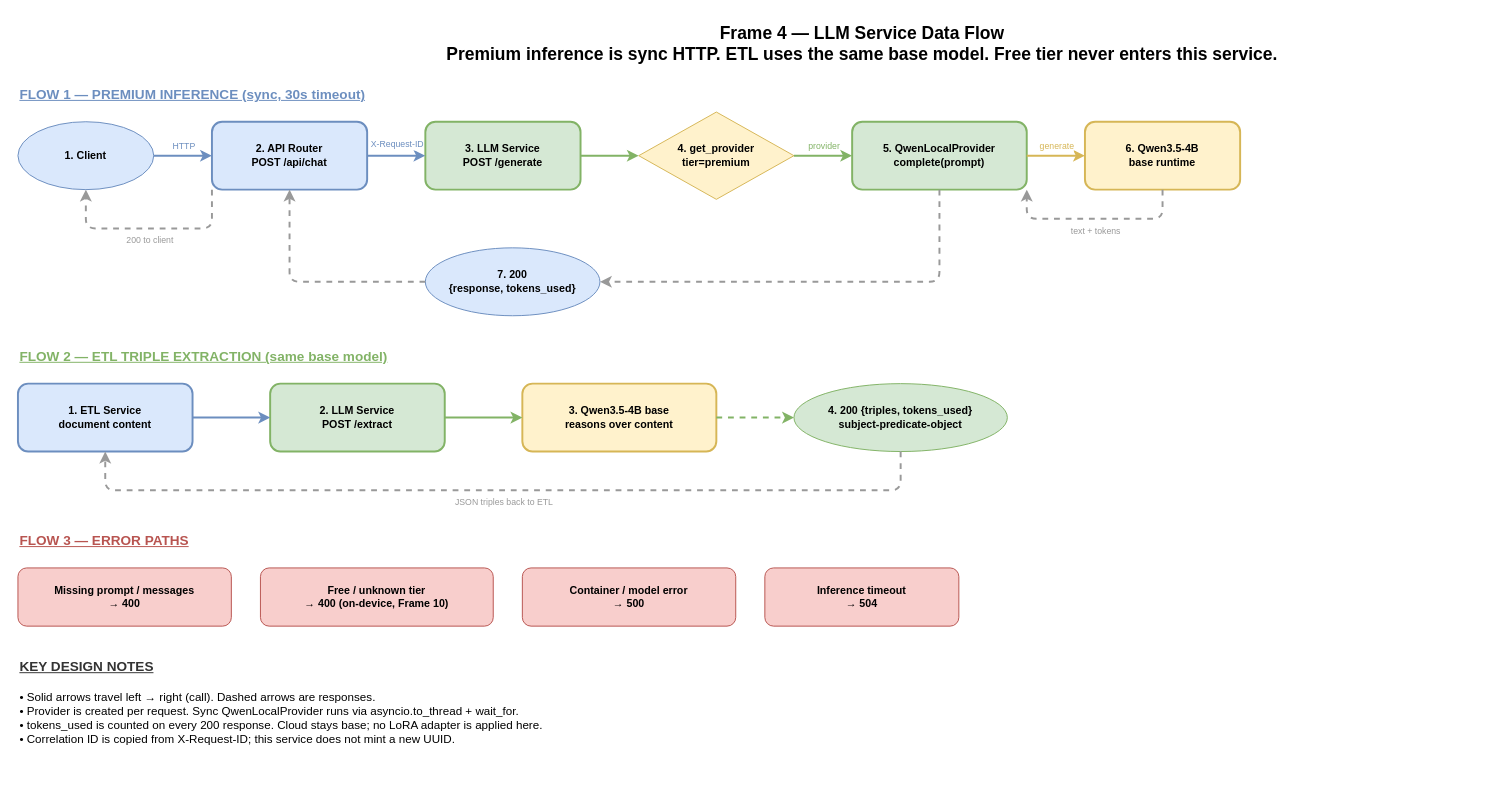
da-ros/llm-brain keeps this draw.io diagram as openspec/changes/objective-4-llm-inference-finetuning/output/llm/diagrams/llm-dataflow.drawio. Above is the earlier version. Source tidied: cells renumbered, new cells numbered last; positions are measured from the earlier drawing's top-left corner, leaving out a move shared by most shapes. Both pictures are drawn from the tidied source at 97%, with x=0, y=0 at pixel (17, 16).
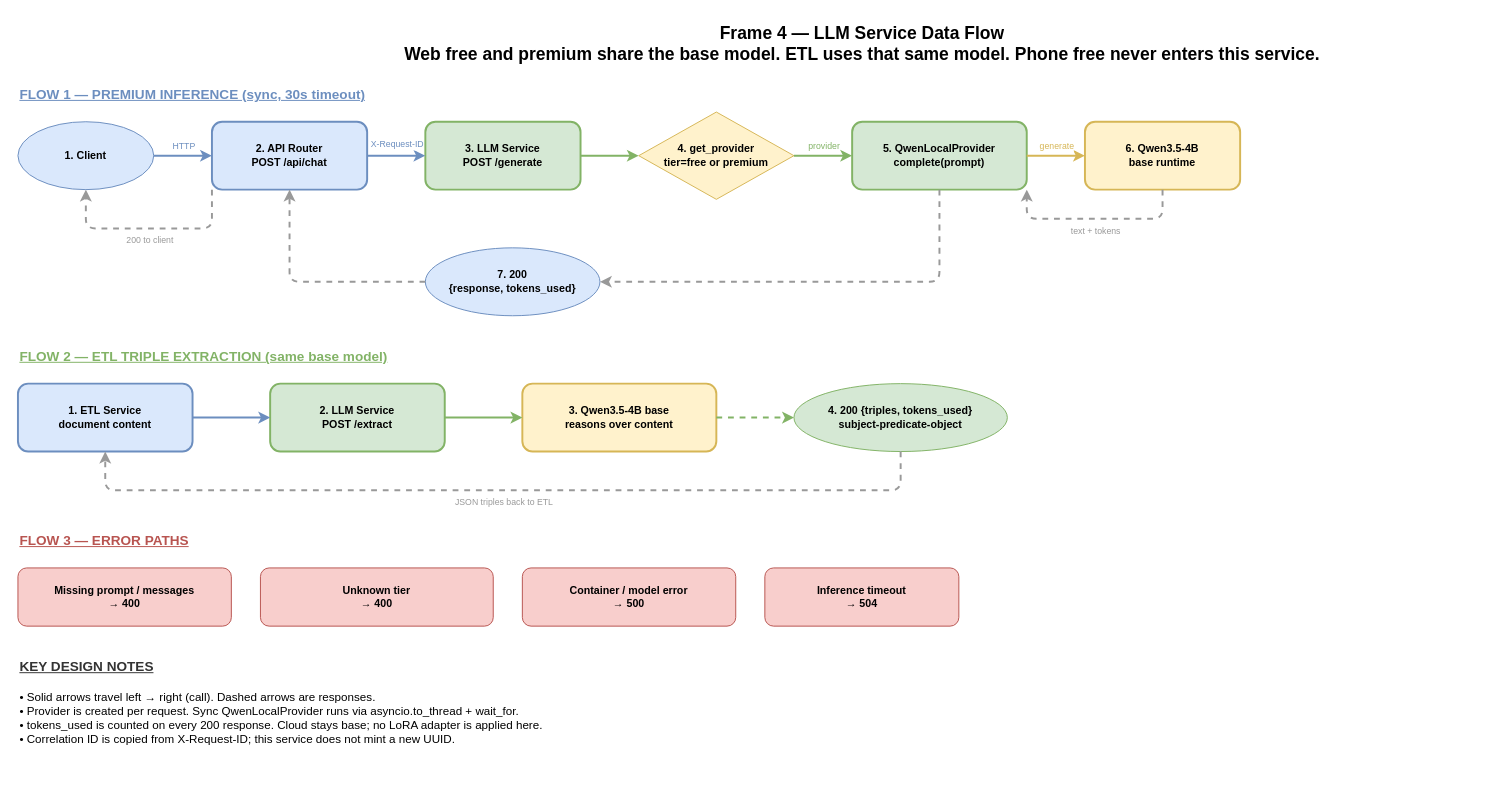
The same diagram, later.

Diff of the diagram source:
```diff
@@
-    <mxCell id="2" value="Frame 4 — LLM Service Data Flow&#10;Premium inference is sync HTTP. ETL uses the same base model. Free tier never enters this service." style="text;html=1;align=center;verticalAlign=middle;strokeColor=none;fillColor=none;fontSize=18;fontStyle=1;" parent="1" vertex="1">
+    <mxCell id="2" value="Frame 4 — LLM Service Data Flow&#10;Web free and premium share the base model. ETL uses that same model. Phone free never enters this service." style="text;html=1;align=center;verticalAlign=middle;strokeColor=none;fillColor=none;fontSize=18;fontStyle=1;" parent="1" vertex="1">
       <mxGeometry x="220" width="1300" height="56" as="geometry" />
     </mxCell>
@@
-    <mxCell id="7" value="4. get_provider&#10;tier=premium" style="rhombus;whiteSpace=wrap;html=1;fillColor=#fff2cc;strokeColor=#d6b656;fontSize=11;fontStyle=1;" parent="1" vertex="1">
+    <mxCell id="7" value="4. get_provider&#10;tier=free or premium" style="rhombus;whiteSpace=wrap;html=1;fillColor=#fff2cc;strokeColor=#d6b656;fontSize=11;fontStyle=1;" parent="1" vertex="1">
       <mxGeometry x="640" y="98" width="160" height="90" as="geometry" />
     </mxCell>
@@
-    <mxCell id="38" value="Free / unknown tier&#10;→ 400 (on-device, Frame 10)" style="rounded=1;whiteSpace=wrap;html=1;fillColor=#f8cecc;strokeColor=#b85450;fontSize=11;fontStyle=1;" parent="1" vertex="1">
+    <mxCell id="38" value="Unknown tier&#10;→ 400" style="rounded=1;whiteSpace=wrap;html=1;fillColor=#f8cecc;strokeColor=#b85450;fontSize=11;fontStyle=1;" parent="1" vertex="1">
       <mxGeometry x="250" y="568" width="240" height="60" as="geometry" />
     </mxCell>
```
